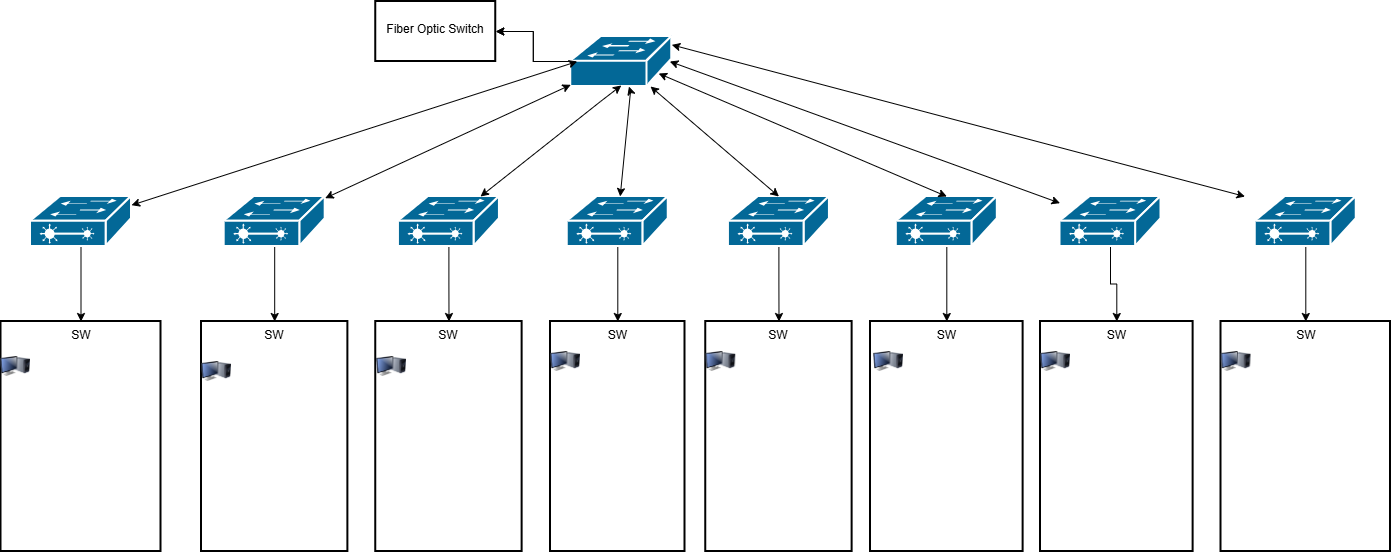
The draw.io diagram Untitled Diagram.drawio.png in hrezapour21-blip/hasanafa, before a commit. Source tidied: cells renumbered, new cells last; positions are measured from the earlier drawing's top-left corner, leaving out a move shared by most shapes.
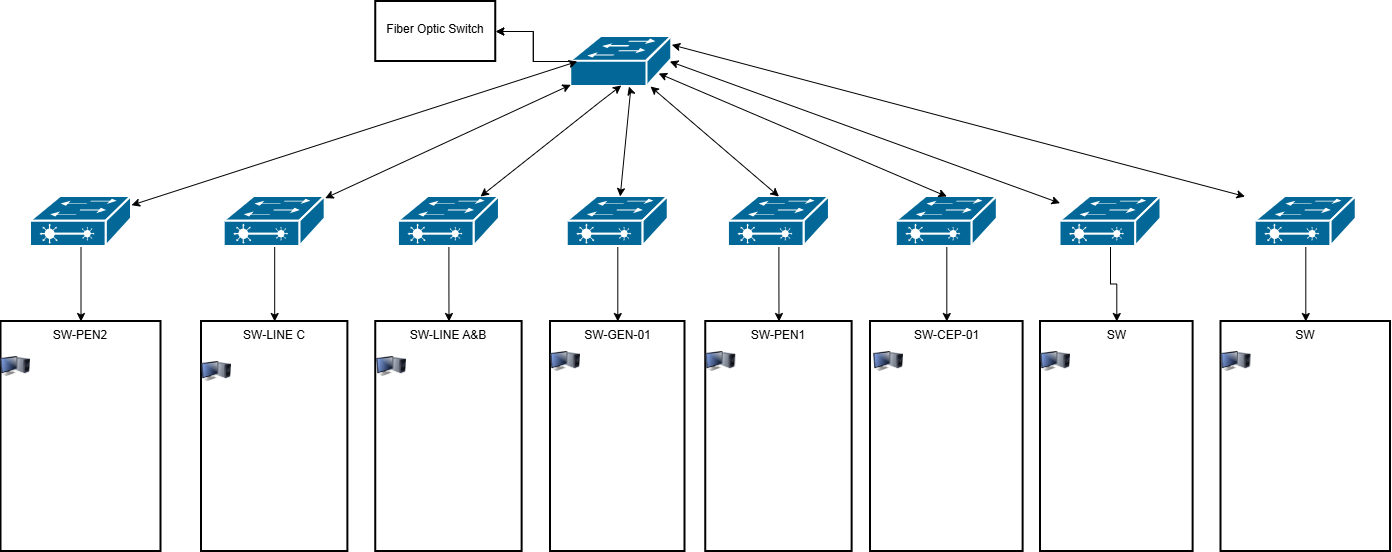
Later version of the same file.

What changed in the source:
```diff
@@ -74,22 +74,22 @@
     <mxCell id="23" style="endArrow=classic;startArrow=classic;html=1;rounded=0;entryX=0.5;entryY=0;entryDx=0;entryDy=0;entryPerimeter=0;exitX=0.87;exitY=0.74;exitDx=0;exitDy=0;exitPerimeter=0;" parent="1" edge="1" source="4" target="16">
       <mxGeometry relative="1" as="geometry" />
     </mxCell>
-    <mxCell id="24" value="SW" style="whiteSpace=wrap;html=1;verticalAlign=top;sketch=0;dashed=0;strokeWidth=2;align=center;" parent="1" vertex="1">
+    <mxCell id="24" value="SW-PEN2" style="whiteSpace=wrap;html=1;verticalAlign=top;sketch=0;dashed=0;strokeWidth=2;align=center;" parent="1" vertex="1">
       <mxGeometry x="0.5" y="320" width="160" height="230" as="geometry" />
     </mxCell>
-    <mxCell id="25" value="SW" style="whiteSpace=wrap;html=1;verticalAlign=top;sketch=0;dashed=0;strokeWidth=2;" parent="1" vertex="1">
+    <mxCell id="25" value="SW-LINE C" style="whiteSpace=wrap;html=1;verticalAlign=top;sketch=0;dashed=0;strokeWidth=2;" parent="1" vertex="1">
       <mxGeometry x="201" y="320" width="146.4" height="230" as="geometry" />
     </mxCell>
-    <mxCell id="26" value="SW" style="whiteSpace=wrap;html=1;verticalAlign=top;sketch=0;dashed=0;strokeWidth=2;" parent="1" vertex="1">
+    <mxCell id="26" value="SW-LINE A&amp;amp;B" style="whiteSpace=wrap;html=1;verticalAlign=top;sketch=0;dashed=0;strokeWidth=2;" parent="1" vertex="1">
       <mxGeometry x="375.2" y="320" width="146.4" height="230" as="geometry" />
     </mxCell>
-    <mxCell id="27" value="SW" style="whiteSpace=wrap;html=1;verticalAlign=top;sketch=0;dashed=0;strokeWidth=2;" parent="1" vertex="1">
+    <mxCell id="27" value="SW-GEN-01" style="whiteSpace=wrap;html=1;verticalAlign=top;sketch=0;dashed=0;strokeWidth=2;" parent="1" vertex="1">
       <mxGeometry x="550" y="320" width="134.5" height="230" as="geometry" />
     </mxCell>
-    <mxCell id="28" value="SW" style="whiteSpace=wrap;html=1;verticalAlign=top;sketch=0;dashed=0;strokeWidth=2;" parent="1" vertex="1">
+    <mxCell id="28" value="SW-PEN1" style="whiteSpace=wrap;html=1;verticalAlign=top;sketch=0;dashed=0;strokeWidth=2;" parent="1" vertex="1">
       <mxGeometry x="705.2" y="320" width="146.4" height="230" as="geometry" />
     </mxCell>
-    <mxCell id="29" value="SW" style="whiteSpace=wrap;html=1;verticalAlign=top;sketch=0;dashed=0;strokeWidth=2;" parent="1" vertex="1">
+    <mxCell id="29" value="SW-CEP-01" style="whiteSpace=wrap;html=1;verticalAlign=top;sketch=0;dashed=0;strokeWidth=2;" parent="1" vertex="1">
       <mxGeometry x="870" y="320" width="152.6" height="230" as="geometry" />
     </mxCell>
     <mxCell id="30" value="SW" style="whiteSpace=wrap;html=1;verticalAlign=top;sketch=0;dashed=0;strokeWidth=2;" parent="1" vertex="1">
```
